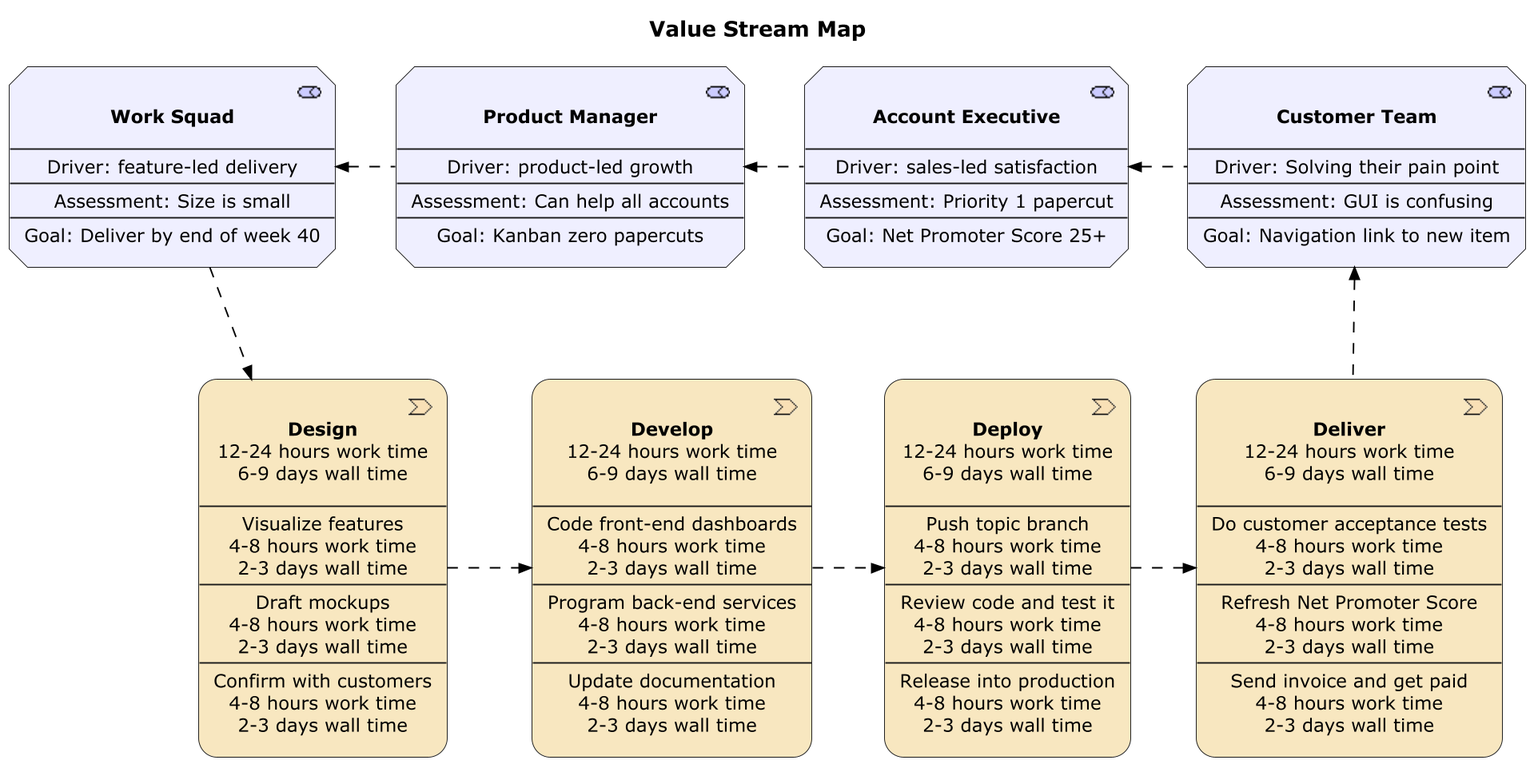
Earlier version of the PlantUML export doc/examples/value-stream-map/value-stream-map.plantuml.png (SixArm/archimate-examples).
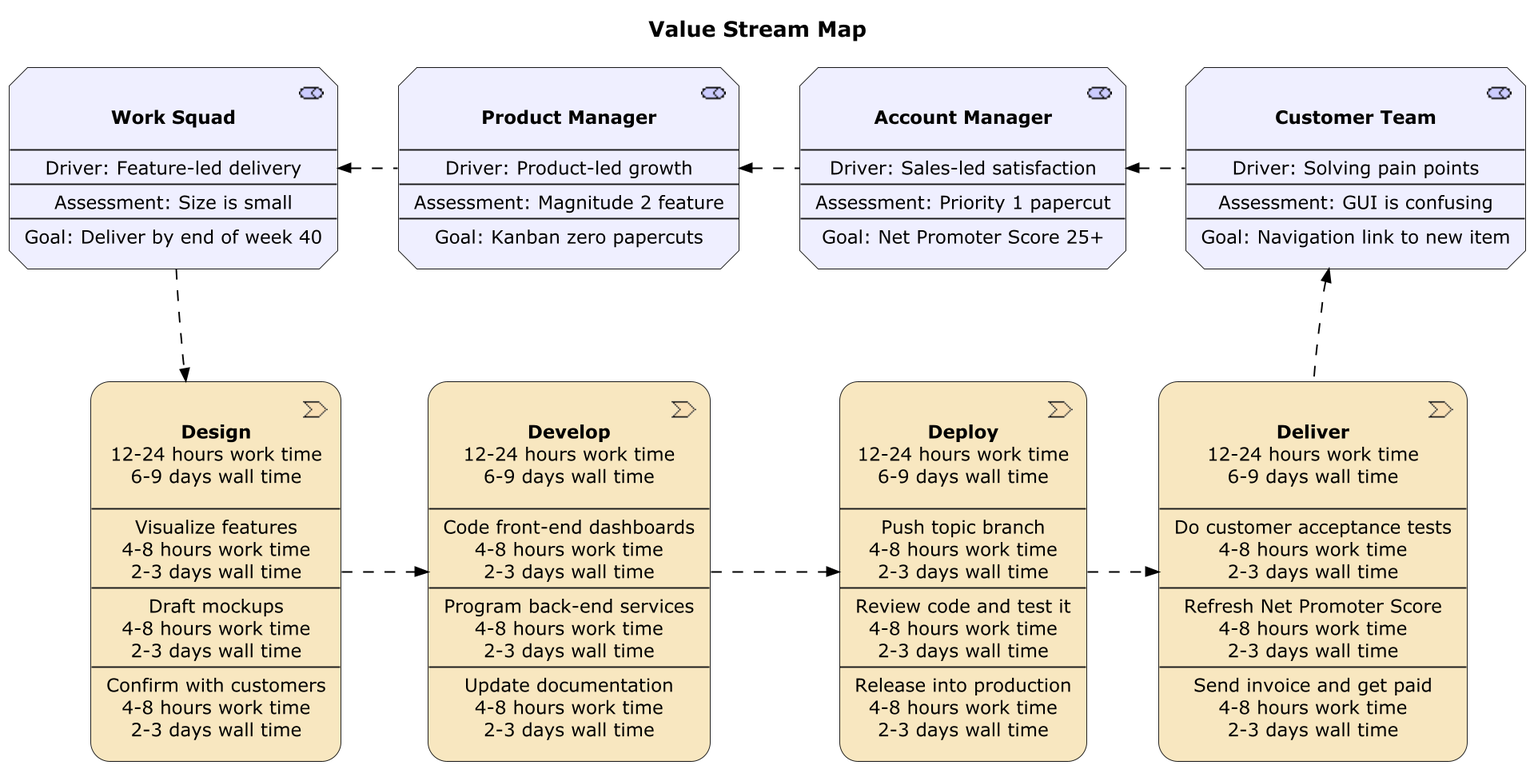
After the commit.

The edit, as a diff of the source:
```diff
@@ -1,6 +1,6 @@
 @startuml
 scale 1920*1080
-!include ../Archimate.puml
+!include ../../../Archimate.puml
 
 title Value Stream Map
 
@@ -14,16 +14,21 @@
 Rel_Flow_Right(deploy, deliver)
 
 
-Motivation_Stakeholder(customer_team, "**Customer Team**\n\n--\nDriver: Solving their pain point\n--\nAssessment: GUI is confusing\n--\nGoal: Navigation link to new item")
-Motivation_Stakeholder(account_executive, "**Account Executive**\n\n--\nDriver: sales-led satisfaction\n--\nAssessment: Priority 1 papercut\n--\nGoal: Net Promoter Score 25+")
-Motivation_Stakeholder(product_manager, "**Product Manager**\n\n--\nDriver: product-led growth\n--\nAssessment: Can help all accounts\n--\nGoal: Kanban zero papercuts")
-Motivation_Stakeholder(work_squad, "**Work Squad**\n\n--\nDriver: feature-led delivery\n--\nAssessment: Size is small\n--\nGoal: Deliver by end of week 40")
+Motivation_Stakeholder(customer_team, "**Customer Team**\n\n--\nDriver: Solving pain points\n--\nAssessment: GUI is confusing\n--\nGoal: Navigation link to new item")
+Motivation_Stakeholder(account_manager, "**Account Manager**\n\n--\nDriver: Sales-led satisfaction\n--\nAssessment: Priority 1 papercut\n--\nGoal: Net Promoter Score 25+")
+Motivation_Stakeholder(product_manager, "**Product Manager**\n\n--\nDriver: Product-led growth\n--\nAssessment: Magnitude 2 feature\n--\nGoal: Kanban zero papercuts")
+Motivation_Stakeholder(work_squad, "**Work Squad**\n\n--\nDriver: Feature-led delivery\n--\nAssessment: Size is small\n--\nGoal: Deliver by end of week 40")
 
-Rel_Flow_Left(customer_team, account_executive)
-Rel_Flow_Left(account_executive, product_manager)
+Rel_Flow_Left(customer_team, account_manager)
+Rel_Flow_Left(account_manager, product_manager)
 Rel_Flow_Left(product_manager, work_squad)
 
 Rel_Flow_Down(work_squad, design)
 Rel_Flow_Up(deliver, customer_team)
 
+work_squad -[hidden]d-> design
+product_manager -[hidden]d-> develop
+account_manager -[hidden]d-> deploy
+customer_team -[hidden]d-> deliver
+
 @enduml
```
